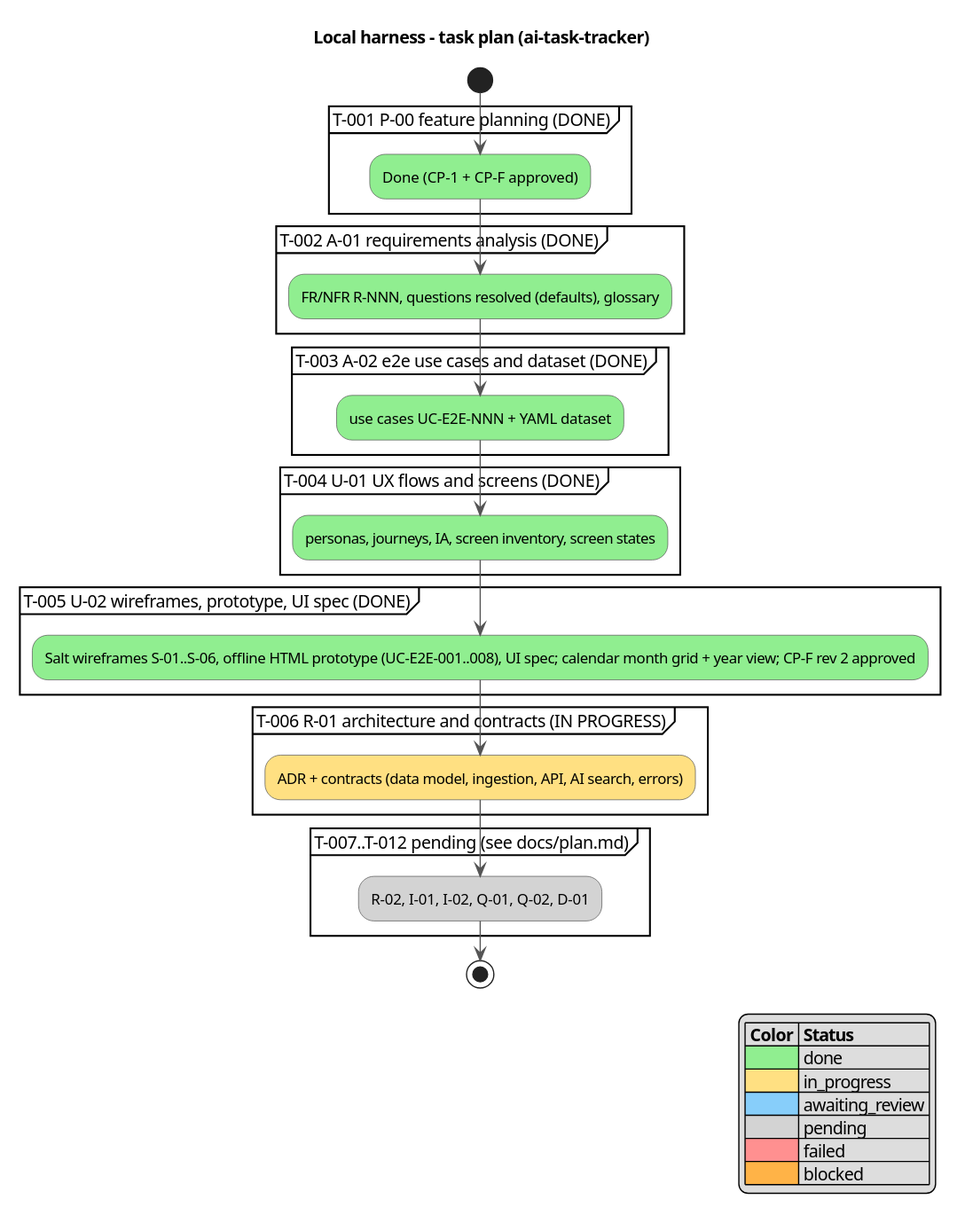
Above: docs/activity.svg in serge-sasov/ai-task-tracker (PlantUML), before the change.
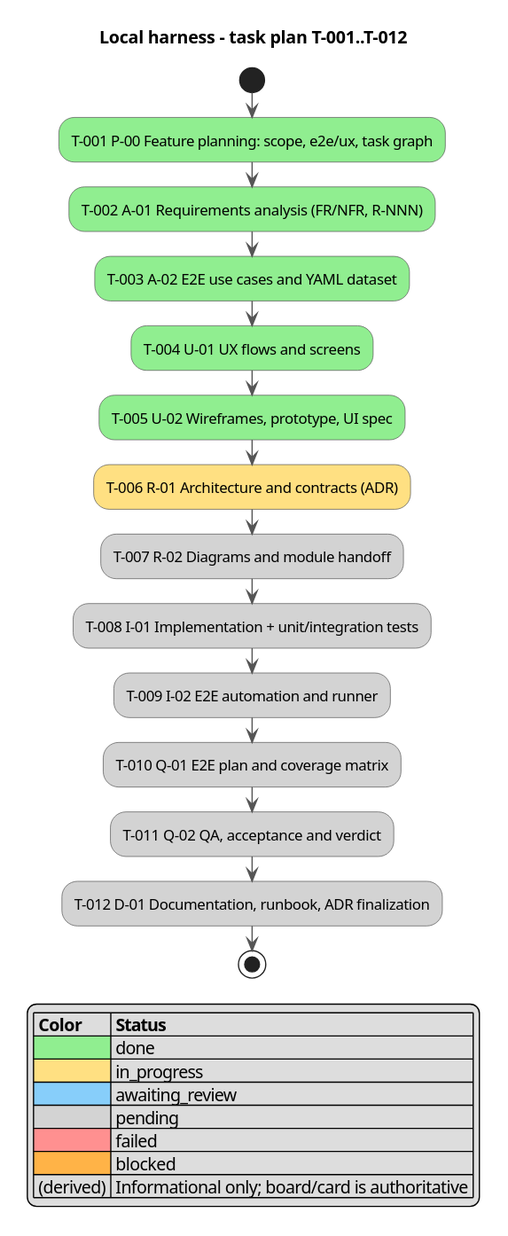
Above is the later version.

The edit, as a diff of the source:
```diff
@@ -3,39 +3,31 @@
 skinparam ActivityBackgroundColor #FFFFFF
 skinparam ActivityBorderColor #555555
 skinparam ArrowColor #555555
-title Local harness - task plan (ai-task-tracker)
+title Local harness - task plan T-001..T-012
 
 start
-partition "T-001 P-00 feature planning (DONE)" {
-  :Done (CP-1 + CP-F approved); <<#90EE90>>
-}
-partition "T-002 A-01 requirements analysis (DONE)" {
-  :FR/NFR R-NNN, questions resolved (defaults), glossary; <<#90EE90>>
-}
-partition "T-003 A-02 e2e use cases and dataset (DONE)" {
-  :use cases UC-E2E-NNN + YAML dataset; <<#90EE90>>
-}
-partition "T-004 U-01 UX flows and screens (DONE)" {
-  :personas, journeys, IA, screen inventory, screen states; <<#90EE90>>
-}
-partition "T-005 U-02 wireframes, prototype, UI spec (DONE)" {
-  :Salt wireframes S-01..S-06, offline HTML prototype (UC-E2E-001..008), UI spec; calendar month grid + year view; CP-F rev 2 approved; <<#90EE90>>
-}
-partition "T-006 R-01 architecture and contracts (IN PROGRESS)" {
-  :ADR + contracts (data model, ingestion, API, AI search, errors); <<#FFE082>>
-}
-partition "T-007..T-012 pending (see docs/plan.md)" {
-  :R-02, I-01, I-02, Q-01, Q-02, D-01; <<#D3D3D3>>
-}
+:T-001 P-00 Feature planning: scope, e2e/ux, task graph; <<#90EE90>>
+:T-002 A-01 Requirements analysis (FR/NFR, R-NNN); <<#90EE90>>
+:T-003 A-02 E2E use cases and YAML dataset; <<#90EE90>>
+:T-004 U-01 UX flows and screens; <<#90EE90>>
+:T-005 U-02 Wireframes, prototype, UI spec; <<#90EE90>>
+:T-006 R-01 Architecture and contracts (ADR); <<#FFE082>>
+:T-007 R-02 Diagrams and module handoff; <<#D3D3D3>>
+:T-008 I-01 Implementation + unit/integration tests; <<#D3D3D3>>
+:T-009 I-02 E2E automation and runner; <<#D3D3D3>>
+:T-010 Q-01 E2E plan and coverage matrix; <<#D3D3D3>>
+:T-011 Q-02 QA, acceptance and verdict; <<#D3D3D3>>
+:T-012 D-01 Documentation, runbook, ADR finalization; <<#D3D3D3>>
 stop
 
 legend right
- |= Color |= Status |
- |<#90EE90>| done |
- |<#FFE082>| in_progress |
- |<#87CEFA>| awaiting_review |
- |<#D3D3D3>| pending |
- |<#FF9090>| failed |
- |<#FFB347>| blocked |
+|= Color |= Status |
+|<#90EE90>| done |
+|<#FFE082>| in_progress |
+|<#87CEFA>| awaiting_review |
+|<#D3D3D3>| pending |
+|<#FF9090>| failed |
+|<#FFB347>| blocked |
+| (derived) | Informational only; board/card is authoritative |
 endlegend
 @enduml
```
